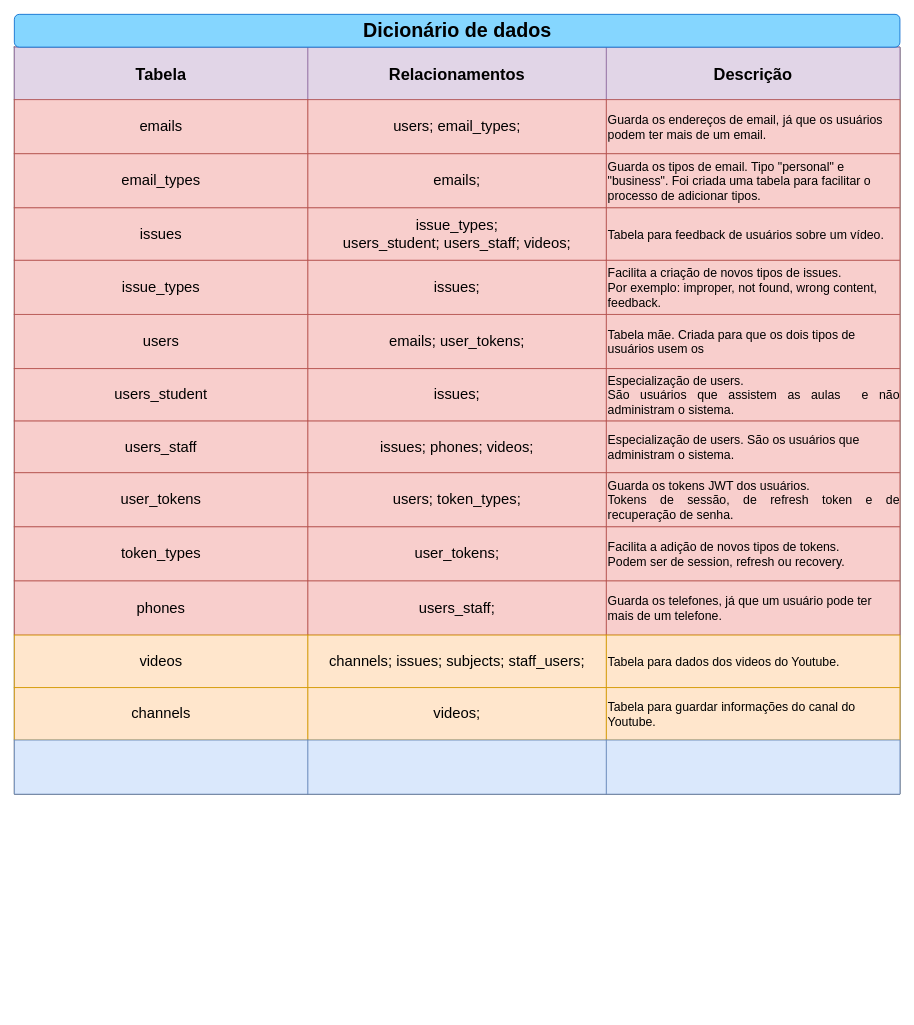
The draw.io diagram page "Dicionário de dados" (3 of 6) of db_model.drawio in SevenSeas-Tech/demen-backend, before the edit. Source tidied: cells renumbered, new cells numbered last; positions are measured from the earlier drawing's top-left corner, leaving out a move shared by most shapes. Both pictures are drawn from the tidied source at 82%, with x=0, y=0 at pixel (14, 14).
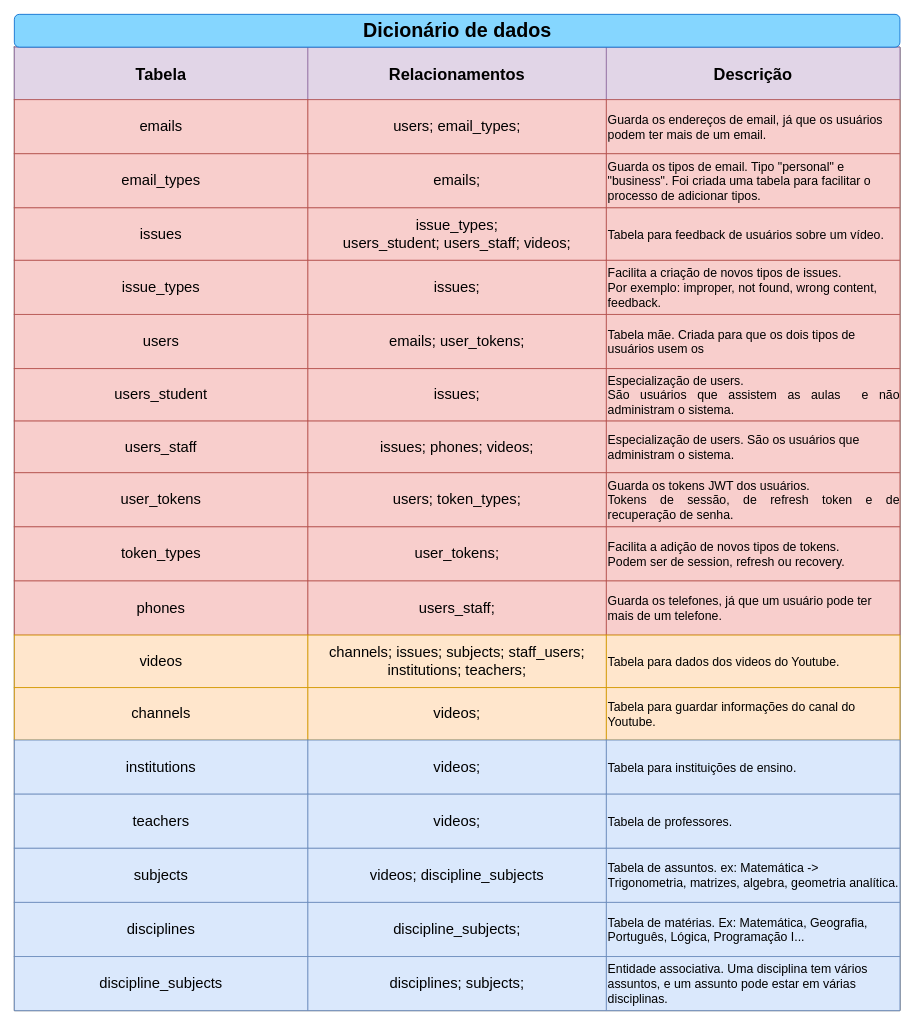
Above is the later version.

Unchanged cells that the change refers to:
```xml
<mxCell id="47" style="shape=tableRow;horizontal=0;startSize=0;swimlaneHead=0;swimlaneBody=0;top=0;left=0;bottom=0;right=0;fillColor=none;rounded=1;shadow=0;glass=0;sketch=0;" parent="2" vertex="1">
  <mxGeometry y="717" width="1080" height="64" as="geometry" />
</mxCell>
<mxCell id="55" style="shape=tableRow;horizontal=0;startSize=0;swimlaneHead=0;swimlaneBody=0;top=0;left=0;bottom=0;right=0;fillColor=none;rounded=1;shadow=0;glass=0;sketch=0;" parent="2" vertex="1">
  <mxGeometry y="845" width="1080" height="66" as="geometry" />
</mxCell>
```

Diff of the diagram source:
```diff
@@
     <mxCell id="2" style="shape=table;startSize=0;childLayout=tableLayout;rounded=1;shadow=0;glass=0;sketch=0;gradientColor=none;align=center;fontSize=20;" parent="1" vertex="1">
-      <mxGeometry y="40" width="1080" height="911" as="geometry" />
+      <mxGeometry y="40" width="1080" height="1175" as="geometry" />
     </mxCell>
@@
-    <mxCell id="49" value="channels; issues; subjects; staff_users;" style="shape=partialRectangle;html=1;whiteSpace=wrap;overflow=hidden;fillColor=#ffe6cc;top=1;left=1;bottom=1;right=1;rounded=1;shadow=0;glass=0;sketch=0;align=center;verticalAlign=middle;strokeColor=#d79b00;fontSize=18;" parent="47" vertex="1">
+    <mxCell id="49" value="channels; issues; subjects; staff_users; institutions; teachers;" style="shape=partialRectangle;html=1;whiteSpace=wrap;overflow=hidden;fillColor=#ffe6cc;top=1;left=1;bottom=1;right=1;rounded=1;shadow=0;glass=0;sketch=0;align=center;verticalAlign=middle;strokeColor=#d79b00;fontSize=18;" parent="47" vertex="1">
       <mxGeometry x="358" width="364" height="64" as="geometry" />
     </mxCell>
@@
-    <mxCell id="56" style="shape=partialRectangle;html=1;whiteSpace=wrap;overflow=hidden;fillColor=#dae8fc;top=1;left=1;bottom=1;right=1;rounded=1;shadow=0;glass=0;sketch=0;strokeColor=#6c8ebf;gradientColor=none;fontSize=18;" parent="55" vertex="1">
+    <mxCell id="56" value="institutions" style="shape=partialRectangle;html=1;whiteSpace=wrap;overflow=hidden;fillColor=#dae8fc;top=1;left=1;bottom=1;right=1;rounded=1;shadow=0;glass=0;sketch=0;strokeColor=#6c8ebf;gradientColor=none;fontSize=18;" parent="55" vertex="1">
       <mxGeometry width="358" height="66" as="geometry" />
     </mxCell>
-    <mxCell id="57" style="shape=partialRectangle;html=1;whiteSpace=wrap;overflow=hidden;fillColor=#dae8fc;top=1;left=1;bottom=1;right=1;rounded=1;shadow=0;glass=0;sketch=0;align=center;gradientColor=none;strokeColor=#6c8ebf;fontSize=18;" parent="55" vertex="1">
+    <mxCell id="57" value="videos;" style="shape=partialRectangle;html=1;whiteSpace=wrap;overflow=hidden;fillColor=#dae8fc;top=1;left=1;bottom=1;right=1;rounded=1;shadow=0;glass=0;sketch=0;align=center;gradientColor=none;strokeColor=#6c8ebf;fontSize=18;" parent="55" vertex="1">
       <mxGeometry x="358" width="364" height="66" as="geometry" />
     </mxCell>
-    <mxCell id="58" style="shape=partialRectangle;html=1;whiteSpace=wrap;overflow=hidden;fillColor=#dae8fc;top=1;left=1;bottom=1;right=1;rounded=1;shadow=0;glass=0;sketch=0;fontSize=15;align=left;gradientColor=none;strokeColor=#6c8ebf;" parent="55" vertex="1">
+    <mxCell id="58" value="Tabela para instituições de ensino." style="shape=partialRectangle;html=1;whiteSpace=wrap;overflow=hidden;fillColor=#dae8fc;top=1;left=1;bottom=1;right=1;rounded=1;shadow=0;glass=0;sketch=0;fontSize=15;align=left;gradientColor=none;strokeColor=#6c8ebf;" parent="55" vertex="1">
       <mxGeometry x="722" width="358" height="66" as="geometry" />
     </mxCell>
+    <mxCell id="60" style="shape=tableRow;horizontal=0;startSize=0;swimlaneHead=0;swimlaneBody=0;top=0;left=0;bottom=0;right=0;fillColor=none;rounded=1;shadow=0;glass=0;sketch=0;" parent="2" vertex="1">
+      <mxGeometry y="911" width="1080" height="66" as="geometry" />
+    </mxCell>
+    <mxCell id="61" value="teachers" style="shape=partialRectangle;html=1;whiteSpace=wrap;overflow=hidden;fillColor=#dae8fc;top=1;left=1;bottom=1;right=1;rounded=1;shadow=0;glass=0;sketch=0;strokeColor=#6c8ebf;gradientColor=none;fontSize=18;" parent="60" vertex="1">
+      <mxGeometry width="358" height="66" as="geometry" />
+    </mxCell>
+    <mxCell id="62" value="videos;" style="shape=partialRectangle;html=1;whiteSpace=wrap;overflow=hidden;fillColor=#dae8fc;top=1;left=1;bottom=1;right=1;rounded=1;shadow=0;glass=0;sketch=0;align=center;gradientColor=none;strokeColor=#6c8ebf;fontSize=18;" parent="60" vertex="1">
+      <mxGeometry x="358" width="364" height="66" as="geometry" />
+    </mxCell>
+    <mxCell id="63" value="Tabela de professores." style="shape=partialRectangle;html=1;whiteSpace=wrap;overflow=hidden;fillColor=#dae8fc;top=1;left=1;bottom=1;right=1;rounded=1;shadow=0;glass=0;sketch=0;fontSize=15;align=left;gradientColor=none;strokeColor=#6c8ebf;" parent="60" vertex="1">
+      <mxGeometry x="722" width="358" height="66" as="geometry" />
+    </mxCell>
+    <mxCell id="64" style="shape=tableRow;horizontal=0;startSize=0;swimlaneHead=0;swimlaneBody=0;top=0;left=0;bottom=0;right=0;fillColor=none;rounded=1;shadow=0;glass=0;sketch=0;" parent="2" vertex="1">
+      <mxGeometry y="977" width="1080" height="66" as="geometry" />
+    </mxCell>
+    <mxCell id="65" value="subjects" style="shape=partialRectangle;html=1;whiteSpace=wrap;overflow=hidden;fillColor=#dae8fc;top=1;left=1;bottom=1;right=1;rounded=1;shadow=0;glass=0;sketch=0;strokeColor=#6c8ebf;gradientColor=none;fontSize=18;" parent="64" vertex="1">
+      <mxGeometry width="358" height="66" as="geometry" />
+    </mxCell>
+    <mxCell id="66" value="videos; discipline_subjects" style="shape=partialRectangle;html=1;whiteSpace=wrap;overflow=hidden;fillColor=#dae8fc;top=1;left=1;bottom=1;right=1;rounded=1;shadow=0;glass=0;sketch=0;align=center;gradientColor=none;strokeColor=#6c8ebf;fontSize=18;" parent="64" vertex="1">
+      <mxGeometry x="358" width="364" height="66" as="geometry" />
+    </mxCell>
+    <mxCell id="67" value="Tabela de assuntos. ex: Matemática -&amp;gt; Trigonometria, matrizes, algebra, geometria analítica." style="shape=partialRectangle;html=1;whiteSpace=wrap;overflow=hidden;fillColor=#dae8fc;top=1;left=1;bottom=1;right=1;rounded=1;shadow=0;glass=0;sketch=0;fontSize=15;align=left;gradientColor=none;strokeColor=#6c8ebf;" parent="64" vertex="1">
+      <mxGeometry x="722" width="358" height="66" as="geometry" />
+    </mxCell>
+    <mxCell id="68" style="shape=tableRow;horizontal=0;startSize=0;swimlaneHead=0;swimlaneBody=0;top=0;left=0;bottom=0;right=0;fillColor=none;rounded=1;shadow=0;glass=0;sketch=0;" parent="2" vertex="1">
+      <mxGeometry y="1043" width="1080" height="66" as="geometry" />
+    </mxCell>
+    <mxCell id="69" value="disciplines" style="shape=partialRectangle;html=1;whiteSpace=wrap;overflow=hidden;fillColor=#dae8fc;top=1;left=1;bottom=1;right=1;rounded=1;shadow=0;glass=0;sketch=0;strokeColor=#6c8ebf;gradientColor=none;fontSize=18;" parent="68" vertex="1">
+      <mxGeometry width="358" height="66" as="geometry" />
+    </mxCell>
+    <mxCell id="70" value="discipline_subjects;" style="shape=partialRectangle;html=1;whiteSpace=wrap;overflow=hidden;fillColor=#dae8fc;top=1;left=1;bottom=1;right=1;rounded=1;shadow=0;glass=0;sketch=0;align=center;gradientColor=none;strokeColor=#6c8ebf;fontSize=18;" parent="68" vertex="1">
+      <mxGeometry x="358" width="364" height="66" as="geometry" />
+    </mxCell>
+    <mxCell id="71" value="Tabela de matérias. Ex: Matemática, Geografia, Português, Lógica, Programação I..." style="shape=partialRectangle;html=1;whiteSpace=wrap;overflow=hidden;fillColor=#dae8fc;top=1;left=1;bottom=1;right=1;rounded=1;shadow=0;glass=0;sketch=0;fontSize=15;align=left;gradientColor=none;strokeColor=#6c8ebf;" parent="68" vertex="1">
+      <mxGeometry x="722" width="358" height="66" as="geometry" />
+    </mxCell>
+    <mxCell id="72" style="shape=tableRow;horizontal=0;startSize=0;swimlaneHead=0;swimlaneBody=0;top=0;left=0;bottom=0;right=0;fillColor=none;rounded=1;shadow=0;glass=0;sketch=0;" parent="2" vertex="1">
+      <mxGeometry y="1109" width="1080" height="66" as="geometry" />
+    </mxCell>
+    <mxCell id="73" value="discipline_subjects" style="shape=partialRectangle;html=1;whiteSpace=wrap;overflow=hidden;fillColor=#dae8fc;top=1;left=1;bottom=1;right=1;rounded=1;shadow=0;glass=0;sketch=0;strokeColor=#6c8ebf;gradientColor=none;fontSize=18;" parent="72" vertex="1">
+      <mxGeometry width="358" height="66" as="geometry" />
+    </mxCell>
+    <mxCell id="74" value="disciplines; subjects;" style="shape=partialRectangle;html=1;whiteSpace=wrap;overflow=hidden;fillColor=#dae8fc;top=1;left=1;bottom=1;right=1;rounded=1;shadow=0;glass=0;sketch=0;align=center;gradientColor=none;strokeColor=#6c8ebf;fontSize=18;" parent="72" vertex="1">
+      <mxGeometry x="358" width="364" height="66" as="geometry" />
+    </mxCell>
+    <mxCell id="75" value="Entidade associativa. Uma disciplina tem vários assuntos, e um assunto pode estar em várias disciplinas." style="shape=partialRectangle;html=1;whiteSpace=wrap;overflow=hidden;fillColor=#dae8fc;top=1;left=1;bottom=1;right=1;rounded=1;shadow=0;glass=0;sketch=0;fontSize=15;align=left;gradientColor=none;strokeColor=#6c8ebf;" parent="72" vertex="1">
+      <mxGeometry x="722" width="358" height="66" as="geometry" />
+    </mxCell>
```
